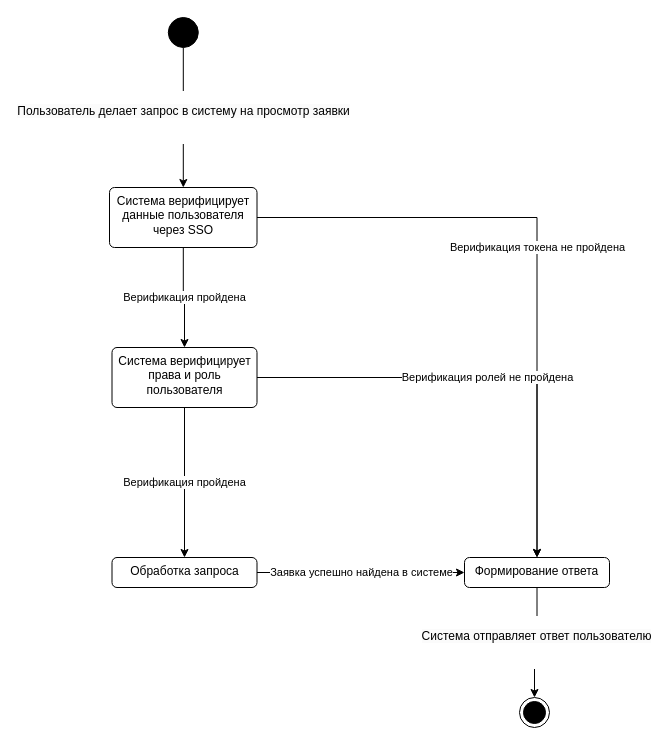
Before: page "use case view" (1 of 3) of magistracy/software-engeneering-methodology/diagrams/State_UC-Open-Request.drawio in GulDilin/itmo, a draw.io diagram. Source tidied: cells renumbered, new cells numbered last; positions are measured from the earlier drawing's top-left corner, leaving out a move shared by most shapes. Both pictures are drawn from the tidied source at 100%, with x=0, y=0 at pixel (109, 17).
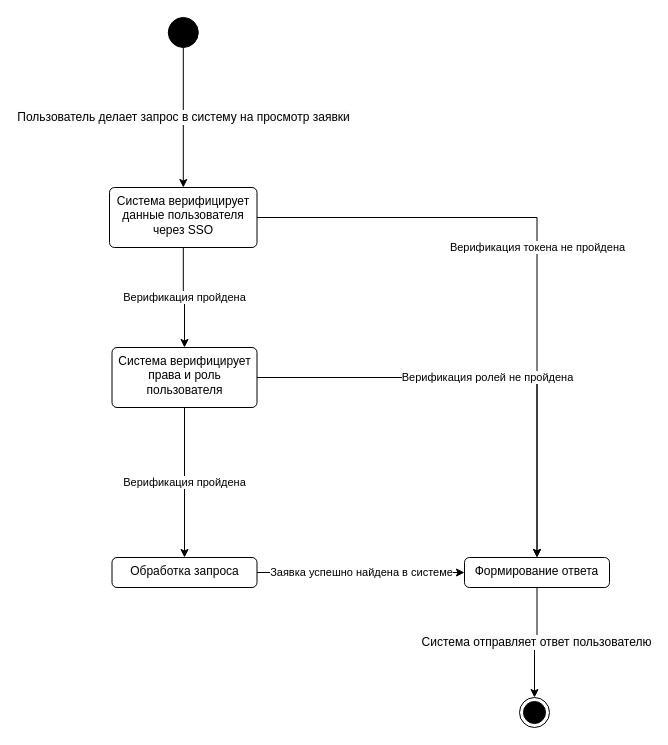
The same diagram, later.

Diff of the diagram source:
```diff
@@
 <mxGraphModel>
   <root>
     <mxCell id="0" />
     <mxCell id="1" parent="0" />
-    <mxCell id="2" value="&#10;&lt;span style=&quot;color: rgb(0, 0, 0); font-family: Helvetica; font-size: 12px; font-style: normal; font-variant-ligatures: normal; font-variant-caps: normal; font-weight: 400; letter-spacing: normal; orphans: 2; text-align: center; text-indent: 0px; text-transform: none; widows: 2; word-spacing: 0px; -webkit-text-stroke-width: 0px; background-color: rgb(251, 251, 251); text-decoration-thickness: initial; text-decoration-style: initial; text-decoration-color: initial; float: none; display: inline !important;&quot;&gt;Пользователь делает запрос в систему на просмотр заявки&lt;/span&gt;&#10;&#10;" style="edgeStyle=orthogonalEdgeStyle;rounded=0;jettySize=auto;html=1;" parent="1" edge="1" source="3" target="4">
+    <mxCell id="2" value="&lt;span style=&quot;color: rgb(0, 0, 0); font-family: Helvetica; font-size: 12px; font-style: normal; font-variant-ligatures: normal; font-variant-caps: normal; font-weight: 400; letter-spacing: normal; orphans: 2; text-align: center; text-indent: 0px; text-transform: none; widows: 2; word-spacing: 0px; -webkit-text-stroke-width: 0px; background-color: rgb(251, 251, 251); text-decoration-thickness: initial; text-decoration-style: initial; text-decoration-color: initial; float: none; display: inline !important;&quot;&gt;Пользователь делает запрос в систему на просмотр заявки&lt;/span&gt;" style="edgeStyle=orthogonalEdgeStyle;rounded=0;jettySize=auto;html=1;" parent="1" edge="1" source="3" target="4">
       <mxGeometry relative="1" as="geometry" />
     </mxCell>
     <mxCell id="3" style="ellipse;fillColor=strokeColor;html=1;" parent="1" vertex="1">
       <mxGeometry x="58.8" width="30" height="30" as="geometry" />
     </mxCell>
     <mxCell id="4" value="Система верифицирует данные пользователя через SSO" style="html=1;align=center;verticalAlign=top;rounded=1;absoluteArcSize=1;arcSize=10;dashed=0;whiteSpace=wrap;" parent="1" vertex="1">
       <mxGeometry y="170" width="147.5" height="60" as="geometry" />
     </mxCell>
     <mxCell id="5" value="Заявка успешно найдена в системе" style="edgeStyle=orthogonalEdgeStyle;rounded=0;jettySize=auto;html=1;" parent="1" edge="1" source="12" target="10">
       <mxGeometry relative="1" as="geometry">
         <Array as="points">
           <mxPoint x="280" y="555" />
           <mxPoint x="280" y="555" />
         </Array>
       </mxGeometry>
     </mxCell>
     <mxCell id="6" value="Система верифицирует права и роль пользователя" style="html=1;align=center;verticalAlign=top;rounded=1;absoluteArcSize=1;arcSize=10;dashed=0;whiteSpace=wrap;" parent="1" vertex="1">
       <mxGeometry x="2.5" y="330" width="145" height="60" as="geometry" />
     </mxCell>
     <mxCell id="7" value="Верификация пройдена" style="edgeStyle=orthogonalEdgeStyle;rounded=0;jettySize=auto;html=1;" parent="1" edge="1" source="4" target="6">
       <mxGeometry relative="1" as="geometry" />
     </mxCell>
     <mxCell id="8" value="Верификация токена не пройдена" style="edgeStyle=orthogonalEdgeStyle;rounded=0;jettySize=auto;html=1;" parent="1" edge="1" source="4" target="10">
       <mxGeometry relative="1" as="geometry" />
     </mxCell>
-    <mxCell id="9" value="&#10;&lt;span style=&quot;color: rgb(0, 0, 0); font-family: Helvetica; font-size: 12px; font-style: normal; font-variant-ligatures: normal; font-variant-caps: normal; font-weight: 400; letter-spacing: normal; orphans: 2; text-align: center; text-indent: 0px; text-transform: none; widows: 2; word-spacing: 0px; -webkit-text-stroke-width: 0px; background-color: rgb(251, 251, 251); text-decoration-thickness: initial; text-decoration-style: initial; text-decoration-color: initial; float: none; display: inline !important;&quot;&gt;Система отправляет ответ пользователю&lt;/span&gt;&#10;&#10;" style="edgeStyle=orthogonalEdgeStyle;rounded=0;jettySize=auto;html=1;" parent="1" edge="1" source="10" target="11">
+    <mxCell id="9" value="&lt;span style=&quot;color: rgb(0, 0, 0); font-family: Helvetica; font-size: 12px; font-style: normal; font-variant-ligatures: normal; font-variant-caps: normal; font-weight: 400; letter-spacing: normal; orphans: 2; text-align: center; text-indent: 0px; text-transform: none; widows: 2; word-spacing: 0px; -webkit-text-stroke-width: 0px; background-color: rgb(251, 251, 251); text-decoration-thickness: initial; text-decoration-style: initial; text-decoration-color: initial; float: none; display: inline !important;&quot;&gt;Система отправляет ответ пользователю&lt;/span&gt;" style="edgeStyle=orthogonalEdgeStyle;rounded=0;jettySize=auto;html=1;" parent="1" edge="1" source="10" target="11">
       <mxGeometry relative="1" as="geometry" />
     </mxCell>
     <mxCell id="10" value="Формирование ответа" style="html=1;align=center;verticalAlign=top;rounded=1;absoluteArcSize=1;arcSize=10;dashed=0;whiteSpace=wrap;" parent="1" vertex="1">
       <mxGeometry x="355" y="540" width="145" height="30" as="geometry" />
     </mxCell>
     <mxCell id="11" style="ellipse;html=1;shape=endState;fillColor=strokeColor;" parent="1" vertex="1">
       <mxGeometry x="410" y="680" width="30" height="30" as="geometry" />
     </mxCell>
     <mxCell id="12" value="Обработка запроса" style="html=1;align=center;verticalAlign=top;rounded=1;absoluteArcSize=1;arcSize=10;dashed=0;whiteSpace=wrap;" parent="1" vertex="1">
       <mxGeometry x="2.5" y="540" width="145" height="30" as="geometry" />
     </mxCell>
     <mxCell id="13" value="Верификация пройдена" style="edgeStyle=orthogonalEdgeStyle;rounded=0;jettySize=auto;html=1;" parent="1" edge="1" source="6" target="12">
       <mxGeometry relative="1" as="geometry" />
     </mxCell>
     <mxCell id="14" value="Верификация ролей не пройдена" style="edgeStyle=orthogonalEdgeStyle;rounded=0;jettySize=auto;html=1;" parent="1" edge="1" source="6" target="10">
       <mxGeometry relative="1" as="geometry" />
     </mxCell>
   </root>
 </mxGraphModel>
```
